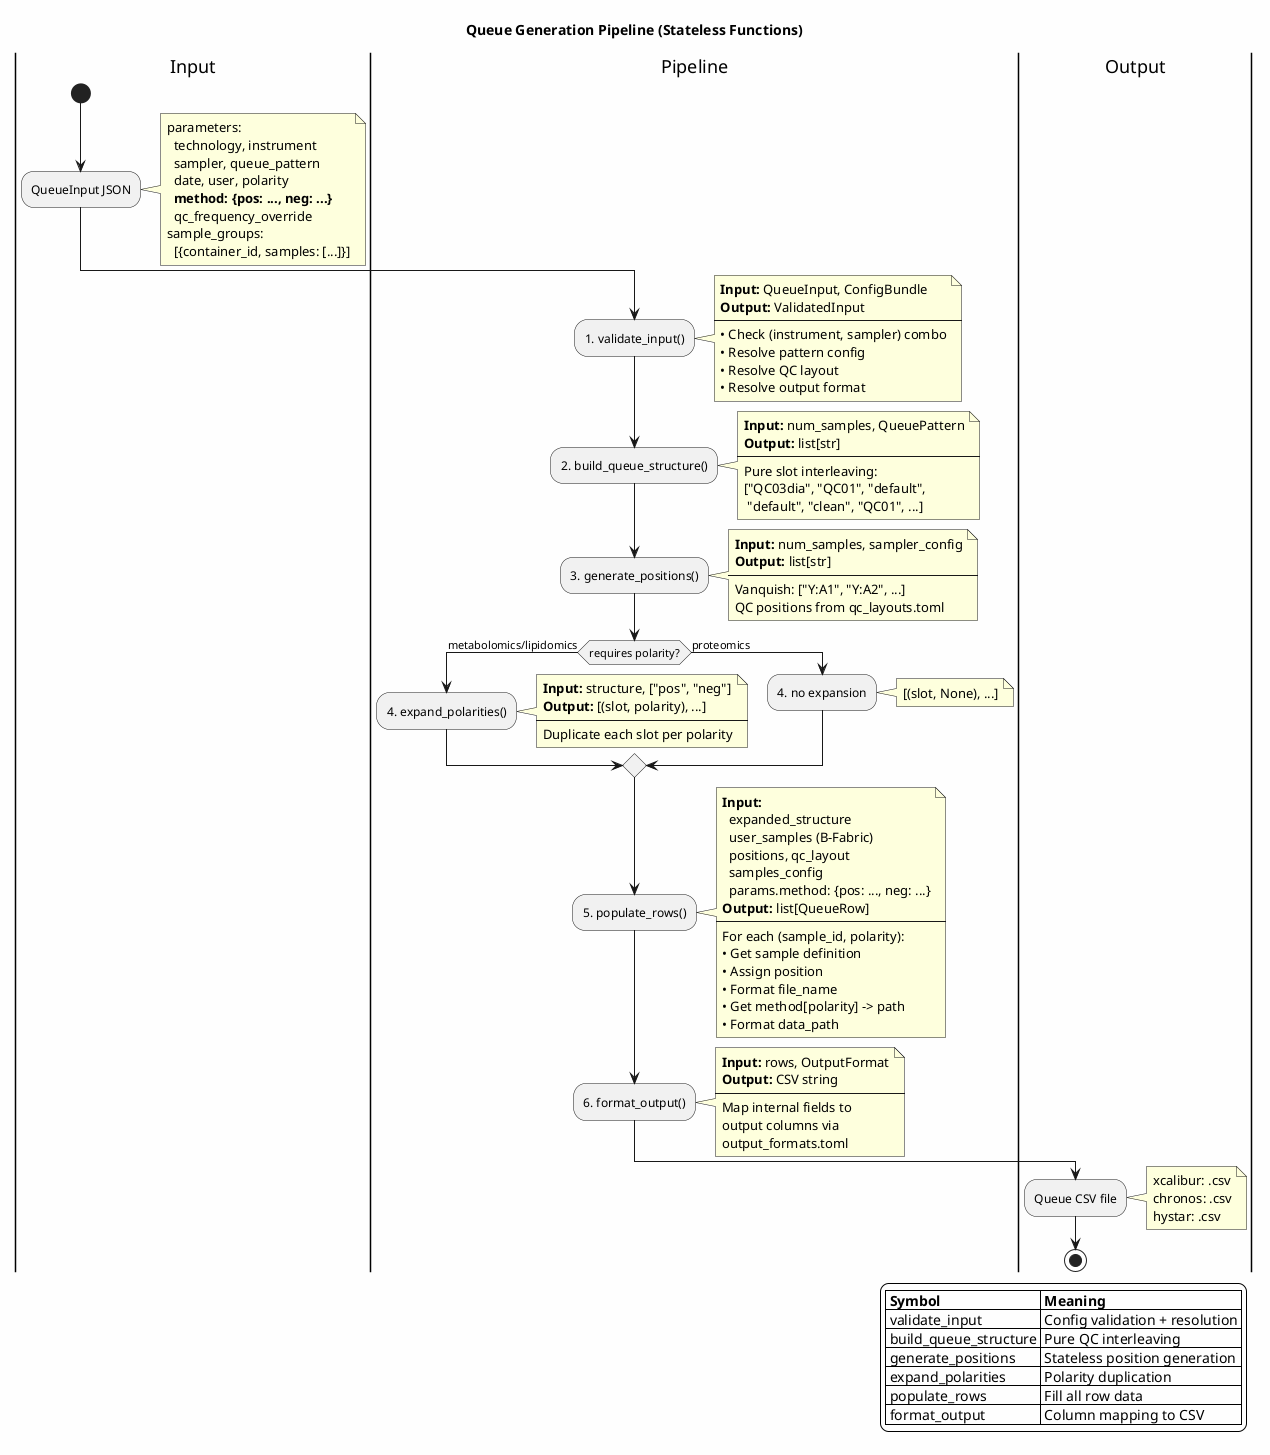
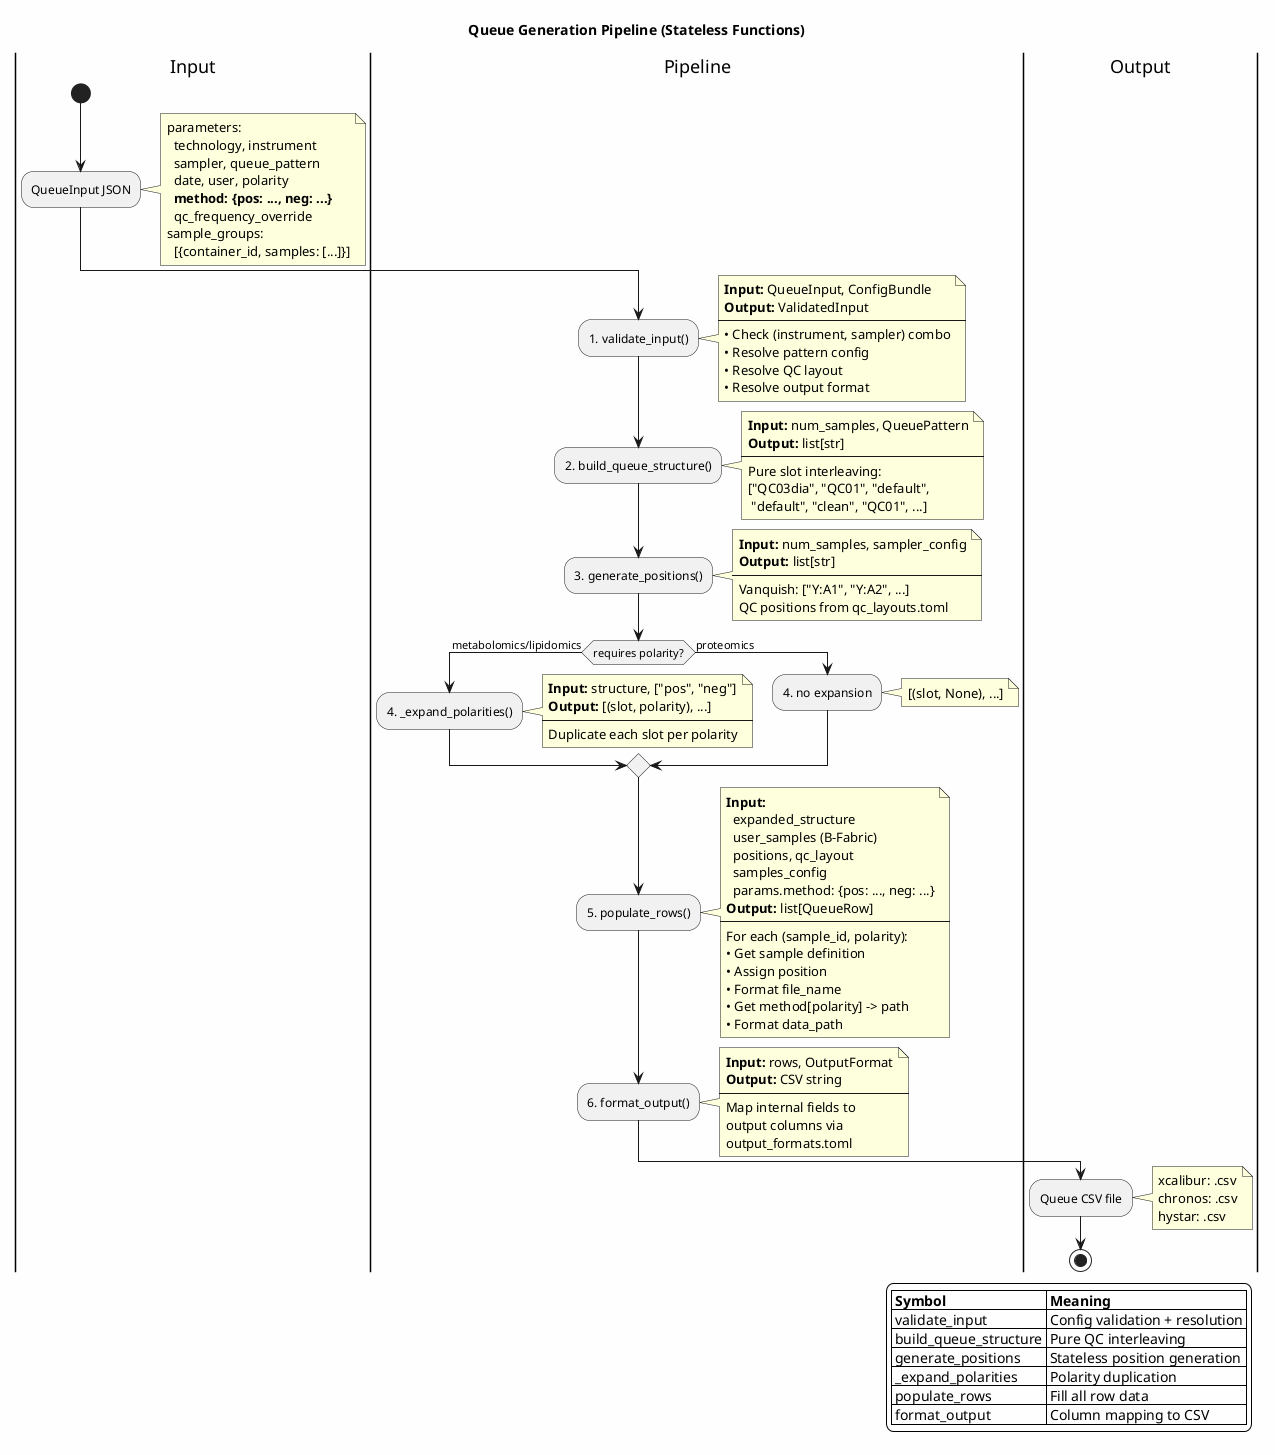
@startuml algorithm_flow

title Queue Generation Pipeline (Stateless Functions)

skinparam backgroundColor #FEFEFE
skinparam BoxPadding 10

|Input|
start
:QueueInput JSON;
note right
  parameters:
    technology, instrument
    sampler, queue_pattern
    date, user, polarity
    **method: {pos: ..., neg: ...}**
    qc_frequency_override
  sample_groups:
    [{container_id, samples: [...]}]
end note

|Pipeline|

:1. validate_input();
note right
  **Input:** QueueInput, ConfigBundle
  **Output:** ValidatedInput
  ----
  • Check (instrument, sampler) combo
  • Resolve pattern config
  • Resolve QC layout
  • Resolve output format
end note

:2. build_queue_structure();
note right
  **Input:** num_samples, QueuePattern
  **Output:** list[str]
  ----
  Pure slot interleaving:
  ["QC03dia", "QC01", "default",
   "default", "clean", "QC01", ...]
end note

:3. generate_positions();
note right
  **Input:** num_samples, sampler_config
  **Output:** list[str]
  ----
  Vanquish: ["Y:A1", "Y:A2", ...]
  QC positions from qc_layouts.toml
end note

if (requires polarity?) then (metabolomics/lipidomics)
-   :4. expand_polarities();
+   :4. _expand_polarities();
  note right
    **Input:** structure, ["pos", "neg"]
    **Output:** [(slot, polarity), ...]
    ----
    Duplicate each slot per polarity
  end note
else (proteomics)
  :4. no expansion;
  note right
    [(slot, None), ...]
  end note
endif

:5. populate_rows();
note right
  **Input:**
    expanded_structure
    user_samples (B-Fabric)
    positions, qc_layout
    samples_config
    params.method: {pos: ..., neg: ...}
  **Output:** list[QueueRow]
  ----
  For each (sample_id, polarity):
  • Get sample definition
  • Assign position
  • Format file_name
  • Get method[polarity] -> path
  • Format data_path
end note

:6. format_output();
note right
  **Input:** rows, OutputFormat
  **Output:** CSV string
  ----
  Map internal fields to
  output columns via
  output_formats.toml
end note

|Output|
:Queue CSV file;
note right
  xcalibur: .csv
  chronos: .csv
  hystar: .csv
end note

stop

legend right
  |= Symbol |= Meaning |
  | validate_input | Config validation + resolution |
  | build_queue_structure | Pure QC interleaving |
  | generate_positions | Stateless position generation |
-   | expand_polarities | Polarity duplication |
+   | _expand_polarities | Polarity duplication |
  | populate_rows | Fill all row data |
  | format_output | Column mapping to CSV |
endlegend

@enduml
